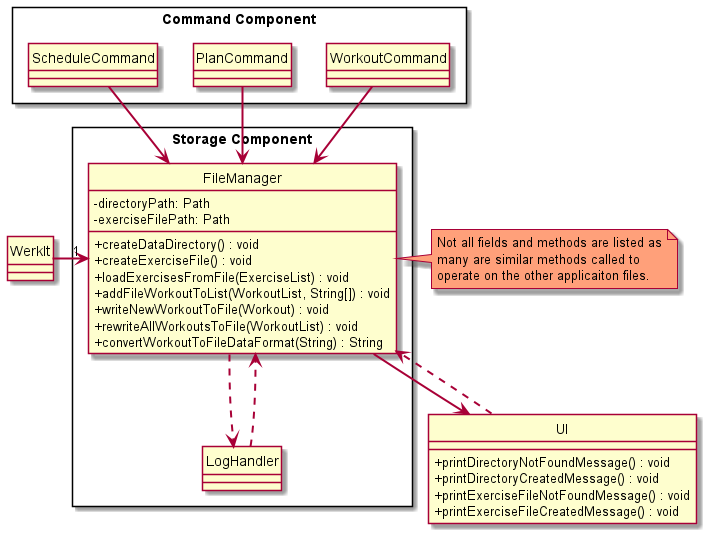
The PlantUML diagram docs/uml/classDiagrams/images/StorageComponent.png in nus-cs2113-AY2122S2/tp, before a commit.
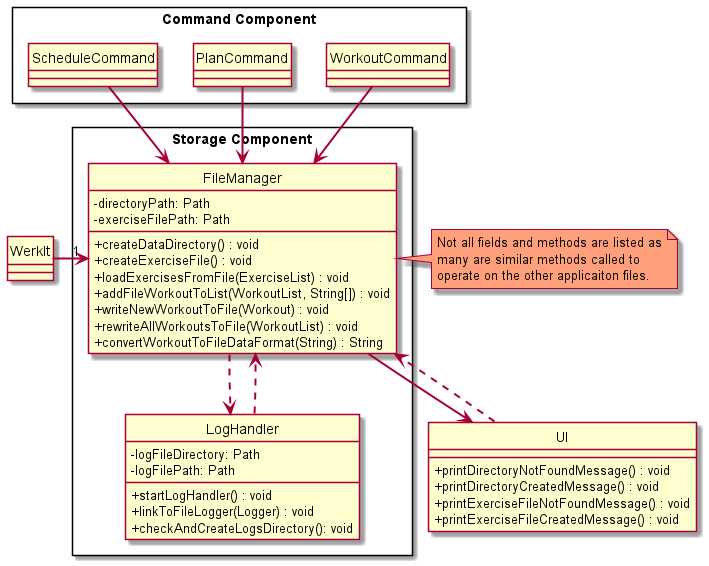
Above is the later version.

Commit message:
StorageComponent.puml: Add fields and methods for LogHandler class

The edit, as a diff of the source:
```diff
@@ -36,7 +36,6 @@
 ScheduleCommand --> FileManager
 
 
-
 FileManager : - directoryPath: Path
 FileManager : - exerciseFilePath: Path
 
@@ -55,6 +54,14 @@
 note right of FileManager #LightSalmon : Not all fields and methods are listed as\nmany are similar methods called to\noperate on the other applicaiton files.
 
 
+LogHandler : - logFileDirectory: Path
+LogHandler : - logFilePath: Path
+
+LogHandler : + startLogHandler() : void
+LogHandler : + linkToFileLogger(Logger) : void
+LogHandler : + checkAndCreateLogsDirectory(): void
+
+
 UI : + printDirectoryNotFoundMessage() : void
 UI : + printDirectoryCreatedMessage() : void
 
```
